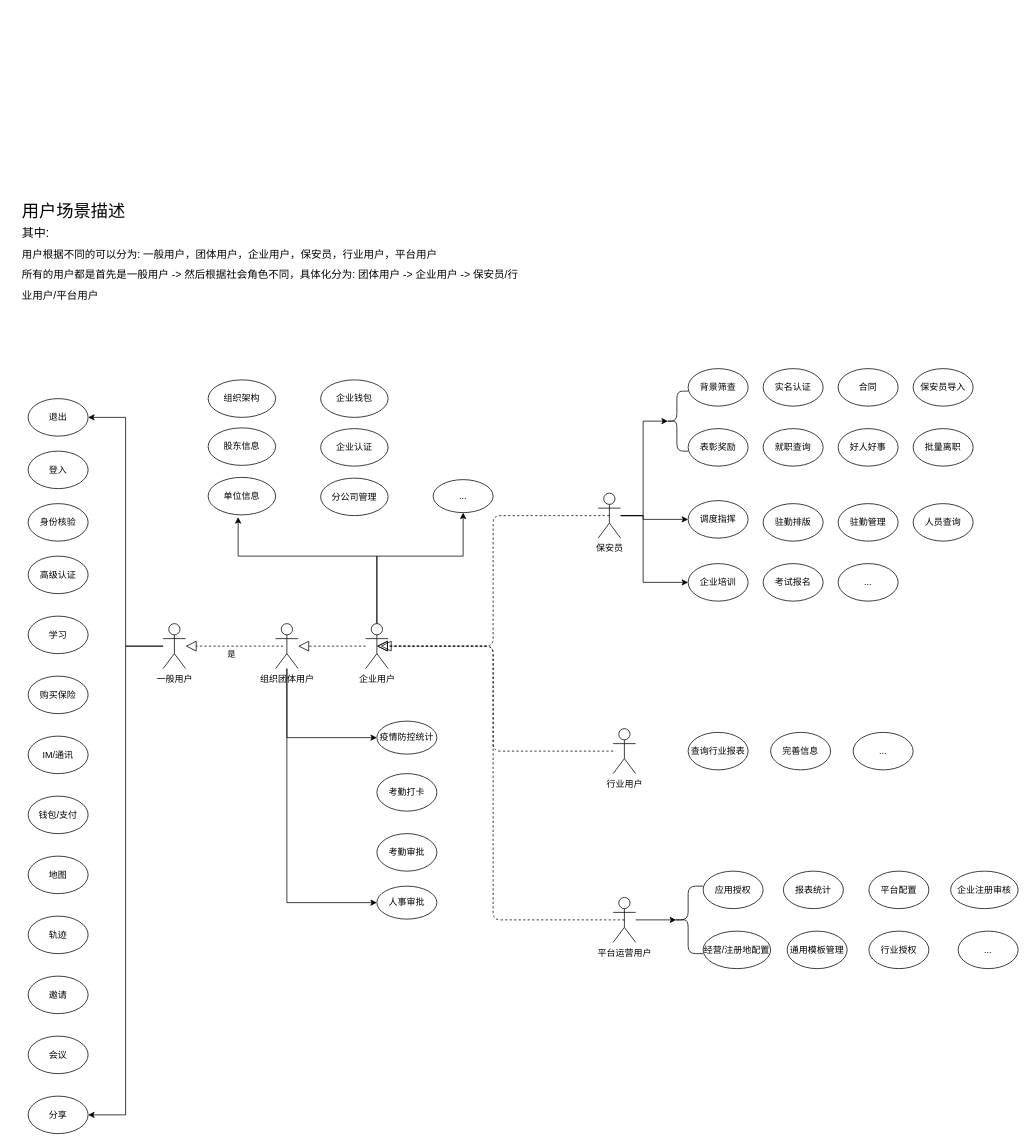
This is document/Untitled Diagram.drawio from BestLalaVm/modals, a draw.io file, before an edit. Source tidied: cells renumbered, new cells numbered last; positions are measured from the earlier drawing's top-left corner, leaving out a move shared by most shapes. Both pictures are drawn from the tidied source at 75%, with x=0, y=0 at pixel (20, 196).
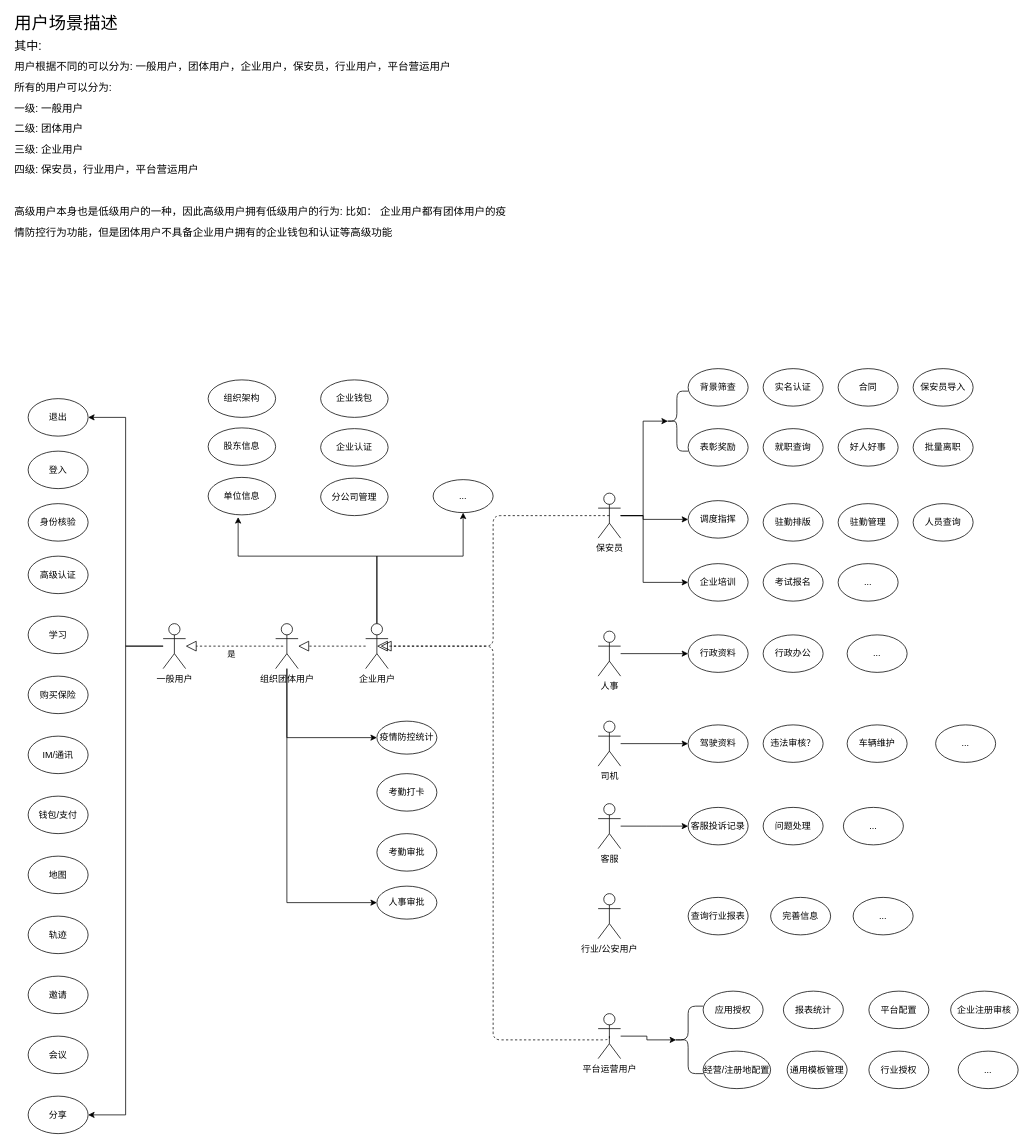
The same diagram, later.

The change refers to these unchanged cells:
```xml
<mxCell id="38" value="企业用户" style="shape=umlActor;verticalLabelPosition=bottom;verticalAlign=top;html=1;outlineConnect=0;" parent="1" vertex="1">
  <mxGeometry x="460" y="570" width="30" height="60" as="geometry" />
</mxCell>
```

The edit, as a diff of the source:
```diff
@@
-    <mxCell id="9" value="行业用户" style="shape=umlActor;verticalLabelPosition=bottom;verticalAlign=top;html=1;outlineConnect=0;" parent="1" vertex="1">
-      <mxGeometry x="790" y="710" width="30" height="60" as="geometry" />
+    <mxCell id="9" value="行业/公安用户" style="shape=umlActor;verticalLabelPosition=bottom;verticalAlign=top;html=1;outlineConnect=0;" parent="1" vertex="1">
+      <mxGeometry x="770" y="930" width="30" height="60" as="geometry" />
     </mxCell>
@@
     <mxCell id="53" value="平台运营用户" style="shape=umlActor;verticalLabelPosition=bottom;verticalAlign=top;html=1;outlineConnect=0;" parent="1" vertex="1">
-      <mxGeometry x="790" y="935" width="30" height="60" as="geometry" />
+      <mxGeometry x="770" y="1090" width="30" height="60" as="geometry" />
     </mxCell>
     <mxCell id="54" value="应用授权" style="ellipse;whiteSpace=wrap;html=1;" parent="1" vertex="1">
-      <mxGeometry x="910" y="900" width="80" height="50" as="geometry" />
+      <mxGeometry x="910" y="1060" width="80" height="50" as="geometry" />
     </mxCell>
     <mxCell id="55" value="报表统计" style="ellipse;whiteSpace=wrap;html=1;" parent="1" vertex="1">
-      <mxGeometry x="1017" y="900" width="80" height="50" as="geometry" />
+      <mxGeometry x="1017" y="1060" width="80" height="50" as="geometry" />
     </mxCell>
@@
     <mxCell id="59" value="平台配置" style="ellipse;whiteSpace=wrap;html=1;" parent="1" vertex="1">
-      <mxGeometry x="1131" y="900" width="80" height="50" as="geometry" />
+      <mxGeometry x="1131" y="1060" width="80" height="50" as="geometry" />
     </mxCell>
     <mxCell id="60" value="经营/注册地配置" style="ellipse;whiteSpace=wrap;html=1;" parent="1" vertex="1">
-      <mxGeometry x="910" y="980" width="90" height="50" as="geometry" />
+      <mxGeometry x="910" y="1140" width="90" height="50" as="geometry" />
     </mxCell>
     <mxCell id="61" value="通用模板管理" style="ellipse;whiteSpace=wrap;html=1;" parent="1" vertex="1">
-      <mxGeometry x="1022" y="980" width="80" height="50" as="geometry" />
+      <mxGeometry x="1022" y="1140" width="80" height="50" as="geometry" />
     </mxCell>
     <mxCell id="62" style="shape=curlyBracket;whiteSpace=wrap;html=1;rounded=1;" parent="1" vertex="1">
-      <mxGeometry x="870" y="920" width="40" height="90" as="geometry" />
+      <mxGeometry x="870" y="1080" width="40" height="90" as="geometry" />
     </mxCell>
     <mxCell id="63" value="行业授权" style="ellipse;whiteSpace=wrap;html=1;" parent="1" vertex="1">
-      <mxGeometry x="1131" y="980" width="80" height="50" as="geometry" />
+      <mxGeometry x="1131" y="1140" width="80" height="50" as="geometry" />
     </mxCell>
     <mxCell id="64" value="企业注册审核" style="ellipse;whiteSpace=wrap;html=1;" parent="1" vertex="1">
-      <mxGeometry x="1240" y="900" width="90" height="50" as="geometry" />
+      <mxGeometry x="1240" y="1060" width="90" height="50" as="geometry" />
     </mxCell>
@@
-    <mxCell id="69" style="endArrow=block;dashed=1;endFill=0;endSize=12;html=1;entryX=0.5;entryY=0.5;entryDx=0;entryDy=0;entryPerimeter=0;edgeStyle=orthogonalEdgeStyle;" parent="1" edge="1" source="9" target="38">
-      <mxGeometry relative="1" as="geometry">
-        <Array as="points">
-          <mxPoint x="630" y="740" />
-          <mxPoint x="630" y="600" />
-        </Array>
-      </mxGeometry>
-    </mxCell>
     <mxCell id="70" style="endArrow=block;dashed=1;endFill=0;endSize=12;html=1;exitX=0.5;exitY=0.5;exitDx=0;exitDy=0;exitPerimeter=0;jumpStyle=none;rounded=1;edgeStyle=orthogonalEdgeStyle;" parent="1" edge="1" source="53">
       <mxGeometry relative="1" as="geometry">
         <mxPoint x="480" y="600" as="targetPoint" />
         <Array as="points">
-          <mxPoint x="630" y="965" />
+          <mxPoint x="630" y="1125" />
           <mxPoint x="630" y="600" />
         </Array>
       </mxGeometry>
     </mxCell>
     <mxCell id="71" value="查询行业报表" style="ellipse;whiteSpace=wrap;html=1;" parent="1" vertex="1">
-      <mxGeometry x="890" y="715" width="80" height="50" as="geometry" />
+      <mxGeometry x="890" y="935" width="80" height="50" as="geometry" />
     </mxCell>
     <mxCell id="72" value="完善信息" style="ellipse;whiteSpace=wrap;html=1;" parent="1" vertex="1">
-      <mxGeometry x="1000" y="715" width="80" height="50" as="geometry" />
+      <mxGeometry x="1000" y="935" width="80" height="50" as="geometry" />
     </mxCell>
     <mxCell id="73" value="..." style="ellipse;whiteSpace=wrap;html=1;" parent="1" vertex="1">
-      <mxGeometry x="1110" y="715" width="80" height="50" as="geometry" />
+      <mxGeometry x="1110" y="935" width="80" height="50" as="geometry" />
     </mxCell>
@@
     <mxCell id="75" value="..." style="ellipse;whiteSpace=wrap;html=1;" parent="1" vertex="1">
-      <mxGeometry x="1250" y="980" width="80" height="50" as="geometry" />
+      <mxGeometry x="1250" y="1140" width="80" height="50" as="geometry" />
     </mxCell>
-    <mxCell id="76" value="用户场景描述&lt;br&gt;&lt;font style=&quot;font-size: 16px&quot;&gt;其中:&lt;/font&gt;&amp;nbsp;&lt;br&gt;&lt;font style=&quot;font-size: 14px&quot;&gt;用户根据不同的可以分为: 一般用户，团体用户，企业用户，保安员，行业用户，平台用户&lt;br&gt;所有的用户都是首先是一般用户 -&amp;gt; 然后根据社会角色不同，具体化分为: 团体用户 -&amp;gt; 企业用户 -&amp;gt; 保安员/行业用户/平台用户&lt;br&gt;&lt;/font&gt;" style="text;html=1;strokeColor=none;fillColor=none;align=left;verticalAlign=middle;whiteSpace=wrap;rounded=0;fontSize=23;fontFamily=Helvetica;" parent="1" vertex="1">
-      <mxGeometry width="670" height="150" as="geometry" />
+    <mxCell id="76" value="用户场景描述&lt;br&gt;&lt;font style=&quot;font-size: 16px&quot;&gt;其中:&lt;/font&gt;&amp;nbsp;&lt;br&gt;&lt;font style=&quot;font-size: 14px&quot;&gt;用户根据不同的可以分为: 一般用户，团体用户，企业用户，保安员，行业用户，平台营运用户&lt;br&gt;所有的用户可以分为:&lt;br&gt;一级: 一般用户&lt;br&gt;二级: 团体用户&lt;br&gt;三级: 企业用户&lt;br&gt;四级: 保安员，行业用户，平台营运用户&lt;br&gt;&lt;br&gt;高级用户本身也是低级用户的一种，因此高级用户拥有低级用户的行为: 比如： 企业用户都有团体用户的疫情防控行为功能，但是团体用户不具备企业用户拥有的企业钱包和认证等高级功能&lt;br&gt;&lt;br&gt;&lt;br&gt;&lt;/font&gt;" style="text;html=1;strokeColor=none;fillColor=none;align=left;verticalAlign=middle;whiteSpace=wrap;rounded=0;fontSize=23;fontFamily=Helvetica;" parent="1" vertex="1">
+      <mxGeometry x="-10" y="-170" width="670" height="210" as="geometry" />
     </mxCell>
+    <mxCell id="77" style="edgeStyle=orthogonalEdgeStyle;rounded=1;jumpStyle=none;jettySize=auto;html=1;entryX=0;entryY=0.5;entryDx=0;entryDy=0;fontFamily=Helvetica;fontSize=23;" parent="1" edge="1" source="78" target="83">
+      <mxGeometry relative="1" as="geometry" />
+    </mxCell>
+    <mxCell id="78" value="人事" style="shape=umlActor;verticalLabelPosition=bottom;verticalAlign=top;html=1;outlineConnect=0;" parent="1" vertex="1">
+      <mxGeometry x="770" y="580" width="30" height="60" as="geometry" />
+    </mxCell>
+    <mxCell id="79" style="edgeStyle=orthogonalEdgeStyle;rounded=1;jumpStyle=none;jettySize=auto;html=1;entryX=0;entryY=0.5;entryDx=0;entryDy=0;fontFamily=Helvetica;fontSize=23;" parent="1" edge="1" source="80" target="84">
+      <mxGeometry relative="1" as="geometry" />
+    </mxCell>
+    <mxCell id="80" value="司机" style="shape=umlActor;verticalLabelPosition=bottom;verticalAlign=top;html=1;outlineConnect=0;" parent="1" vertex="1">
+      <mxGeometry x="770" y="700" width="30" height="60" as="geometry" />
+    </mxCell>
+    <mxCell id="81" value="行政办公" style="ellipse;whiteSpace=wrap;html=1;" parent="1" vertex="1">
+      <mxGeometry x="990" y="585" width="80" height="50" as="geometry" />
+    </mxCell>
+    <mxCell id="82" value="违法审核？" style="ellipse;whiteSpace=wrap;html=1;" parent="1" vertex="1">
+      <mxGeometry x="990" y="705" width="80" height="50" as="geometry" />
+    </mxCell>
+    <mxCell id="83" value="行政资料" style="ellipse;whiteSpace=wrap;html=1;" parent="1" vertex="1">
+      <mxGeometry x="890" y="585" width="80" height="50" as="geometry" />
+    </mxCell>
+    <mxCell id="84" value="驾驶资料" style="ellipse;whiteSpace=wrap;html=1;" parent="1" vertex="1">
+      <mxGeometry x="890" y="705" width="80" height="50" as="geometry" />
+    </mxCell>
+    <mxCell id="85" value="车辆维护" style="ellipse;whiteSpace=wrap;html=1;" parent="1" vertex="1">
+      <mxGeometry x="1102" y="705" width="80" height="50" as="geometry" />
+    </mxCell>
+    <mxCell id="86" style="edgeStyle=orthogonalEdgeStyle;rounded=1;jumpStyle=none;jettySize=auto;html=1;entryX=0;entryY=0.5;entryDx=0;entryDy=0;fontFamily=Helvetica;fontSize=23;" parent="1" edge="1" source="87">
+      <mxGeometry relative="1" as="geometry">
+        <mxPoint x="890" y="840" as="targetPoint" />
+      </mxGeometry>
+    </mxCell>
+    <mxCell id="87" value="客服" style="shape=umlActor;verticalLabelPosition=bottom;verticalAlign=top;html=1;outlineConnect=0;" parent="1" vertex="1">
+      <mxGeometry x="770" y="810" width="30" height="60" as="geometry" />
+    </mxCell>
+    <mxCell id="88" value="..." style="ellipse;whiteSpace=wrap;html=1;" parent="1" vertex="1">
+      <mxGeometry x="1097" y="815" width="80" height="50" as="geometry" />
+    </mxCell>
+    <mxCell id="89" value="客服投诉记录" style="ellipse;whiteSpace=wrap;html=1;" parent="1" vertex="1">
+      <mxGeometry x="890" y="815" width="80" height="50" as="geometry" />
+    </mxCell>
+    <mxCell id="90" value="问题处理" style="ellipse;whiteSpace=wrap;html=1;" parent="1" vertex="1">
+      <mxGeometry x="990" y="815" width="80" height="50" as="geometry" />
+    </mxCell>
+    <mxCell id="91" value="..." style="ellipse;whiteSpace=wrap;html=1;" parent="1" vertex="1">
+      <mxGeometry x="1220" y="705" width="80" height="50" as="geometry" />
+    </mxCell>
+    <mxCell id="92" value="..." style="ellipse;whiteSpace=wrap;html=1;" parent="1" vertex="1">
+      <mxGeometry x="1102" y="585" width="80" height="50" as="geometry" />
+    </mxCell>
```
